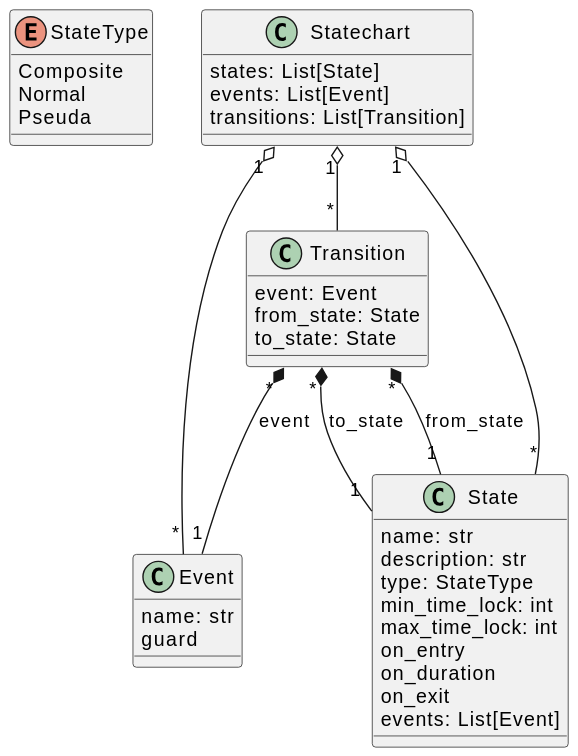
HansBug/pyfcstm keeps this PlantUML diagram as main/_images/meta.puml.svg. Above is the earlier version. The source it was exported from:
```plantuml
@startuml
enum StateType {
    Composite
    Normal
    Pseuda
}

class State {
    name: str
    description: str
    type: StateType
    min_time_lock: int
    max_time_lock: int
    on_entry
    on_duration
    on_exit
    events: List[Event]

}

class Event {
    name: str
    guard
}

class Transition {
    event: Event
    from_state: State
    to_state: State
}
Transition "*" *-- "1" State : from_state
Transition "*" *-- "1" State : to_state
Transition "*" *-- "1" Event : event

class Statechart {
    states: List[State]
    events: List[Event]
    transitions: List[Transition]
}

Statechart "1" o-- "*" State
Statechart "1" o-- "*" Event
Statechart "1" o-- "*" Transition
@enduml
```
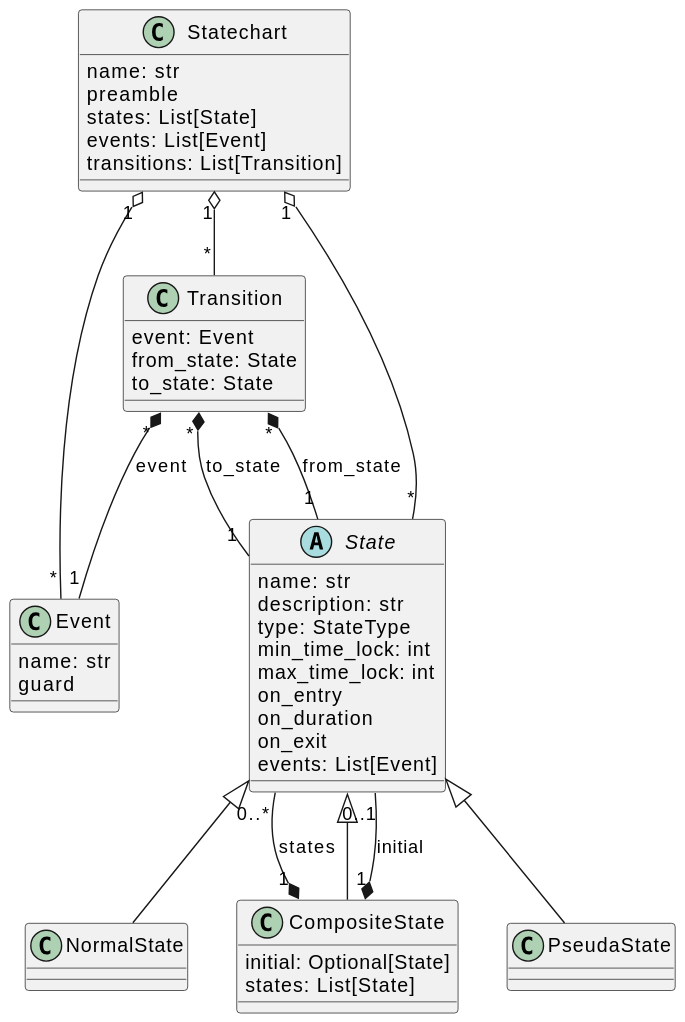
Later version of the same file.

Change to the diagram source:
```diff
@@ -1,11 +1,5 @@
 @startuml
-enum StateType {
-    Composite
-    Normal
-    Pseuda
-}
-
-class State {
+abstract class State {
     name: str
     description: str
     type: StateType
@@ -15,6 +9,26 @@
     on_duration
     on_exit
     events: List[Event]
+}
+
+CompositeState -up-|> State
+
+class CompositeState {
+    initial: Optional[State]
+    states: List[State]
+}
+
+CompositeState "1" *-- "0..1" State : initial
+CompositeState "1" *-- "0..*" State : states
+
+NormalState -up-|> State
+
+class NormalState {
+}
+
+PseudaState -up-|> State
+
+class PseudaState {
 
 }
 
@@ -33,6 +47,8 @@
 Transition "*" *-- "1" Event : event
 
 class Statechart {
+    name: str
+    preamble
     states: List[State]
     events: List[Event]
     transitions: List[Transition]
```
